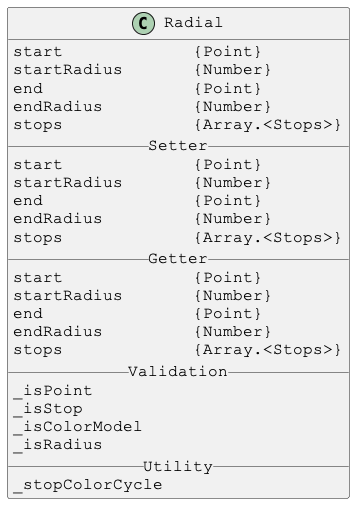
This is docs/PlantUml/images/Radial.png from Justin-Byrne/canvasLab, a PlantUML export, as it was before one commit. The source it was exported from:
```plantuml
@startuml

skinparam DefaultFontSize 16
skinparam DefaultFontName Courier New

class Radial {
start             {Point}
startRadius       {Number}
end               {Point}
endRadius         {Number}
stops             {Array.<Stops>}
__ Setter __
start             {Point}
startRadius       {Number}
end               {Point}
endRadius         {Number}
stops             {Array.<Stops>}
__ Getter __
start             {Point}
startRadius       {Number}
end               {Point}
endRadius         {Number}
stops             {Array.<Stops>}
__ Validation __
_isPoint
_isStop
_isColorModel
_isRadius
__ Utility __
_stopColorCycle
}

@enduml
```
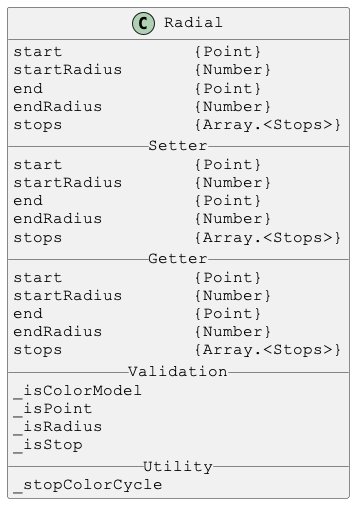
Later version of the same file.

What changed in the source:
```diff
@@ -22,10 +22,10 @@
 endRadius         {Number}
 stops             {Array.<Stops>}
 __ Validation __
+_isColorModel
 _isPoint
+_isRadius
 _isStop
-_isColorModel
-_isRadius
 __ Utility __
 _stopColorCycle
 }
```
